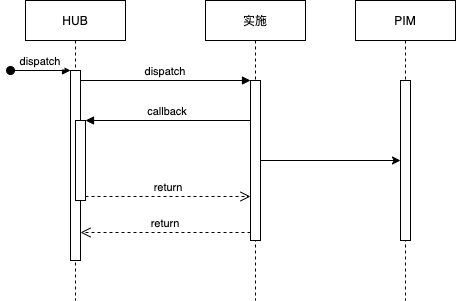
Above: Untitled Diagram.png in zq2020520/diagrams (draw.io), before the change. Source tidied: cells renumbered, new cells last; positions are measured from the earlier drawing's top-left corner, leaving out a move shared by most shapes.
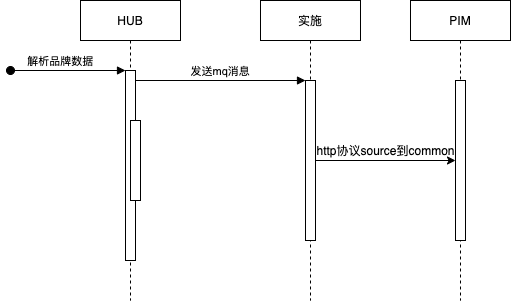
Above is the later version.

Change to the diagram source:
```diff
@@ -8,9 +8,9 @@
     <mxCell id="3" style="points=[];perimeter=orthogonalPerimeter;rounded=0;shadow=0;strokeWidth=1;" parent="2" vertex="1">
       <mxGeometry x="45" y="70" width="10" height="190" as="geometry" />
     </mxCell>
-    <mxCell id="4" value="dispatch" style="verticalAlign=bottom;startArrow=oval;endArrow=block;startSize=8;shadow=0;strokeWidth=1;" parent="2" edge="1" target="3">
-      <mxGeometry relative="1" as="geometry">
-        <mxPoint x="-15" y="70" as="sourcePoint" />
+    <mxCell id="4" value="解析品牌数据" style="verticalAlign=bottom;startArrow=oval;endArrow=block;startSize=8;shadow=0;strokeWidth=1;" parent="2" edge="1" target="3">
+      <mxGeometry x="-0.13" relative="1" as="geometry">
+        <mxPoint x="-70" y="70" as="sourcePoint" />
       </mxGeometry>
     </mxCell>
     <mxCell id="5" style="points=[];perimeter=orthogonalPerimeter;rounded=0;shadow=0;strokeWidth=1;" parent="2" vertex="1">
@@ -22,18 +22,9 @@
     <mxCell id="7" style="points=[];perimeter=orthogonalPerimeter;rounded=0;shadow=0;strokeWidth=1;" parent="6" vertex="1">
       <mxGeometry x="45" y="80" width="10" height="160" as="geometry" />
     </mxCell>
-    <mxCell id="8" value="return" style="verticalAlign=bottom;endArrow=open;dashed=1;endSize=8;exitX=0;exitY=0.95;shadow=0;strokeWidth=1;" parent="1" edge="1" source="7" target="3">
-      <mxGeometry relative="1" as="geometry" />
-    </mxCell>
-    <mxCell id="9" value="dispatch" style="verticalAlign=bottom;endArrow=block;entryX=0;entryY=0;shadow=0;strokeWidth=1;" parent="1" edge="1" source="3" target="7">
+    <mxCell id="9" value="发送mq消息" style="verticalAlign=bottom;endArrow=block;entryX=0;entryY=0;shadow=0;strokeWidth=1;" parent="1" edge="1" source="3" target="7">
       <mxGeometry relative="1" as="geometry" />
     </mxCell>
-    <mxCell id="10" value="callback" style="verticalAlign=bottom;endArrow=block;entryX=1;entryY=0;shadow=0;strokeWidth=1;" parent="1" edge="1" source="7" target="5">
-      <mxGeometry relative="1" as="geometry" />
-    </mxCell>
-    <mxCell id="11" value="return" style="verticalAlign=bottom;endArrow=open;dashed=1;endSize=8;exitX=1;exitY=0.95;shadow=0;strokeWidth=1;" parent="1" edge="1" source="5" target="7">
-      <mxGeometry relative="1" as="geometry" />
-    </mxCell>
     <mxCell id="12" value="PIM" style="shape=umlLifeline;perimeter=lifelinePerimeter;rounded=0;shadow=0;strokeWidth=1;" parent="1" vertex="1">
       <mxGeometry x="345" width="100" height="300" as="geometry" />
     </mxCell>
@@ -43,5 +34,8 @@
     <mxCell id="14" style="edgeStyle=orthogonalEdgeStyle;rounded=0;jettySize=auto;html=1;" parent="1" edge="1" source="7" target="13">
       <mxGeometry relative="1" as="geometry" />
     </mxCell>
+    <mxCell id="15" value="http协议source到common" style="text;html=1;align=center;verticalAlign=middle;" parent="1" vertex="1">
+      <mxGeometry x="245" y="140" width="150" height="20" as="geometry" />
+    </mxCell>
   </root>
 </mxGraphModel>
```
